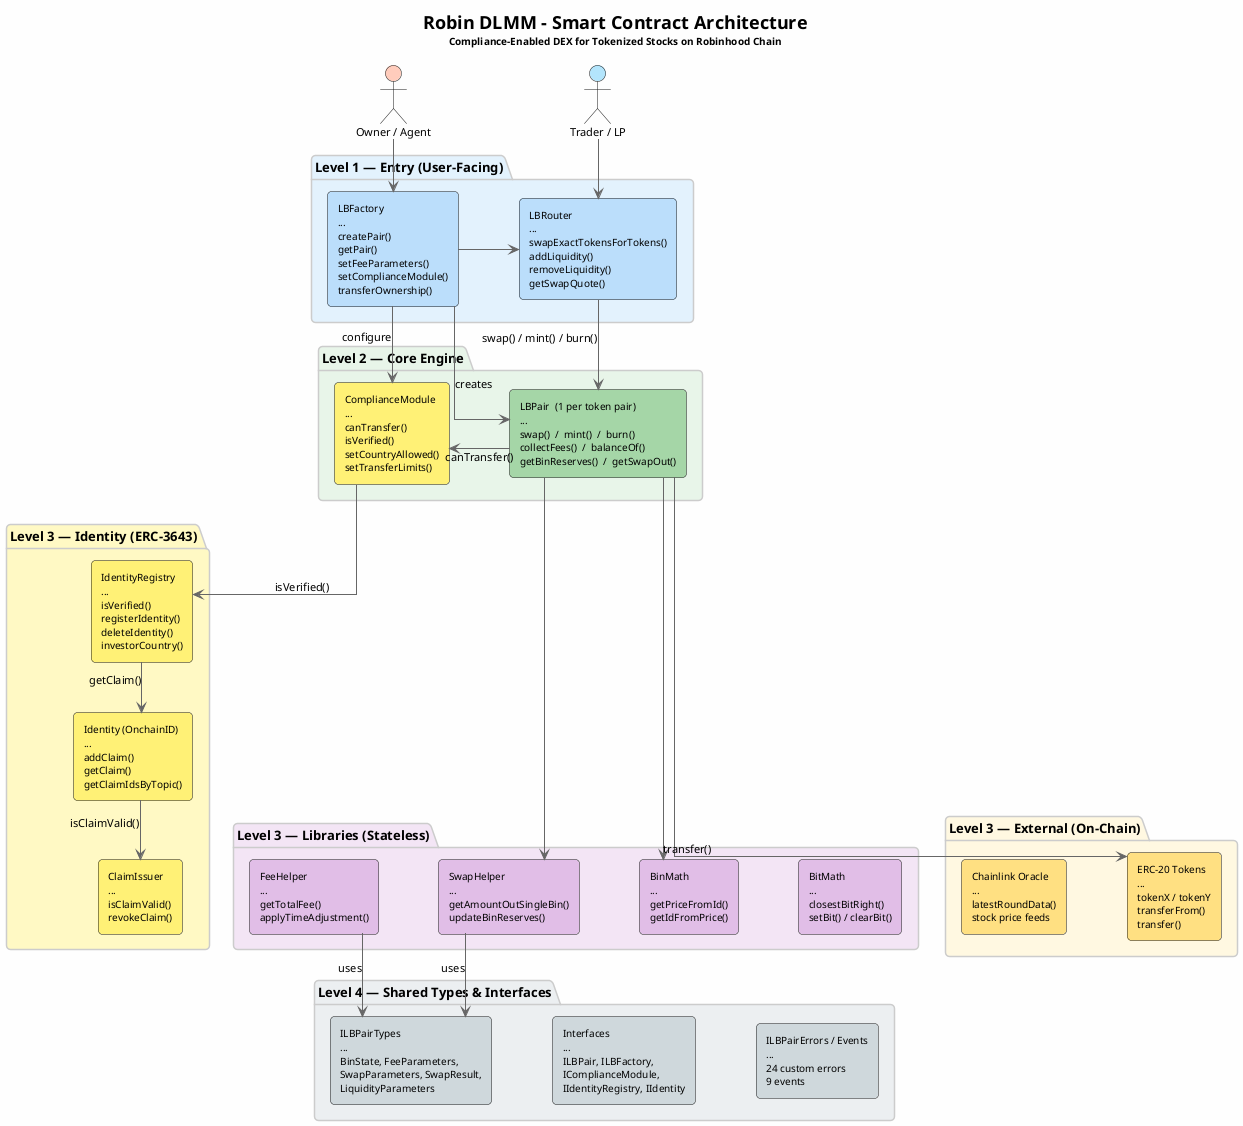
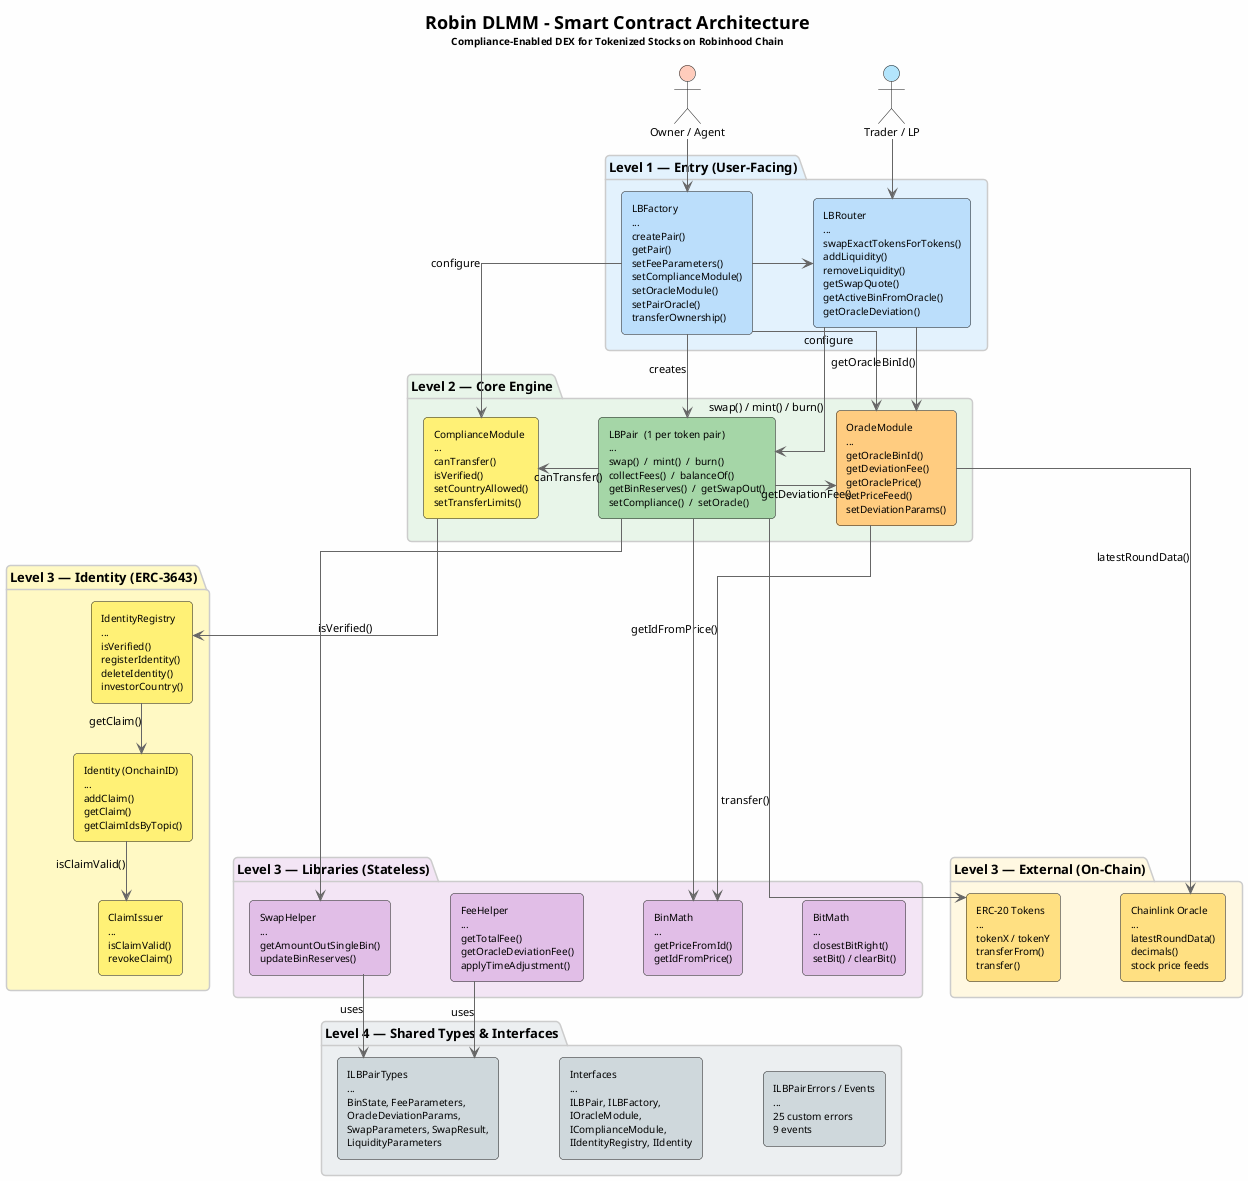
@startuml Robin_DLMM_Smart_Contract_Architecture
'===========================================
' Robin DLMM - Smart Contract Architecture
' On-Chain Contracts Only
'===========================================

skinparam backgroundColor #FEFEFE
skinparam defaultFontSize 11
skinparam defaultFontName Arial
skinparam roundCorner 8
skinparam shadowing false
skinparam nodesep 60
skinparam ranksep 50

skinparam package {
    BackgroundColor #FFFFFF
    BorderColor #CCCCCC
    FontSize 13
    FontStyle bold
}

skinparam rectangle {
    FontSize 10
}

skinparam arrow {
    Color #666666
    Thickness 1
}

skinparam linetype ortho

title <size:18>Robin DLMM - Smart Contract Architecture</size>\n<size:10>Compliance-Enabled DEX for Tokenized Stocks on Robinhood Chain</size>

' =============================================================
'  CALLERS
' =============================================================
actor "Trader / LP" as user #B3E5FC
actor "Owner / Agent" as admin #FFCCBC

' =============================================================
'  LEVEL 1 — ENTRY
' =============================================================
package "Level 1 — Entry (User-Facing)" #E3F2FD {
-     rectangle "LBFactory\n...\ncreatePair()\ngetPair()\nsetFeeParameters()\nsetComplianceModule()\ntransferOwnership()" as factory #BBDEFB
+     rectangle "LBFactory\n...\ncreatePair()\ngetPair()\nsetFeeParameters()\nsetComplianceModule()\nsetOracleModule()\nsetPairOracle()\ntransferOwnership()" as factory #BBDEFB

-     rectangle "LBRouter\n...\nswapExactTokensForTokens()\naddLiquidity()\nremoveLiquidity()\ngetSwapQuote()" as router #BBDEFB
+     rectangle "LBRouter\n...\nswapExactTokensForTokens()\naddLiquidity()\nremoveLiquidity()\ngetSwapQuote()\ngetActiveBinFromOracle()\ngetOracleDeviation()" as router #BBDEFB
}

' =============================================================
'  LEVEL 2 — CORE ENGINE
' =============================================================
package "Level 2 — Core Engine" #E8F5E9 {
    rectangle "ComplianceModule\n...\ncanTransfer()\nisVerified()\nsetCountryAllowed()\nsetTransferLimits()" as compliance #FFF176

-     rectangle "LBPair  (1 per token pair)\n...\nswap()  /  mint()  /  burn()\ncollectFees()  /  balanceOf()\ngetBinReserves()  /  getSwapOut()" as pair #A5D6A7
+     rectangle "LBPair  (1 per token pair)\n...\nswap()  /  mint()  /  burn()\ncollectFees()  /  balanceOf()\ngetBinReserves()  /  getSwapOut()\nsetCompliance()  /  setOracle()" as pair #A5D6A7
+ 
+     rectangle "OracleModule\n...\ngetOracleBinId()\ngetDeviationFee()\ngetOraclePrice()\nsetPriceFeed()\nsetDeviationParams()" as oracle #FFCC80
}

' =============================================================
'  LEVEL 3 — SUPPORT (three columns)
' =============================================================
package "Level 3 — Identity (ERC-3643)" #FFF9C4 {
    rectangle "IdentityRegistry\n...\nisVerified()\nregisterIdentity()\ndeleteIdentity()\ninvestorCountry()" as registry #FFF176

    rectangle "Identity (OnchainID)\n...\naddClaim()\ngetClaim()\ngetClaimIdsByTopic()" as identity #FFF176

    rectangle "ClaimIssuer\n...\nisClaimValid()\nrevokeClaim()" as issuer #FFF176
}

package "Level 3 — Libraries (Stateless)" #F3E5F5 {
    rectangle "BinMath\n...\ngetPriceFromId()\ngetIdFromPrice()" as binMath #E1BEE7

    rectangle "SwapHelper\n...\ngetAmountOutSingleBin()\nupdateBinReserves()" as swapHelper #E1BEE7

    rectangle "BitMath\n...\nclosestBitRight()\nsetBit() / clearBit()" as bitMath #E1BEE7

-     rectangle "FeeHelper\n...\ngetTotalFee()\napplyTimeAdjustment()" as feeHelper #E1BEE7
+     rectangle "FeeHelper\n...\ngetTotalFee()\ngetOracleDeviationFee()\napplyTimeAdjustment()" as feeHelper #E1BEE7
}

package "Level 3 — External (On-Chain)" #FFF8E1 {
    rectangle "ERC-20 Tokens\n...\ntokenX / tokenY\ntransferFrom()\ntransfer()" as tokens #FFE082

-     rectangle "Chainlink Oracle\n...\nlatestRoundData()\nstock price feeds" as chainlink #FFE082
+     rectangle "Chainlink Oracle\n...\nlatestRoundData()\ndecimals()\nstock price feeds" as chainlink #FFE082
}

' =============================================================
'  LEVEL 4 — FOUNDATION
' =============================================================
package "Level 4 — Shared Types & Interfaces" #ECEFF1 {
-     rectangle "ILBPairTypes\n...\nBinState, FeeParameters,\nSwapParameters, SwapResult,\nLiquidityParameters" as types #CFD8DC
+     rectangle "ILBPairTypes\n...\nBinState, FeeParameters,\nOracleDeviationParams,\nSwapParameters, SwapResult,\nLiquidityParameters" as types #CFD8DC

-     rectangle "Interfaces\n...\nILBPair, ILBFactory,\nIComplianceModule,\nIIdentityRegistry, IIdentity" as ifaces #CFD8DC
+     rectangle "Interfaces\n...\nILBPair, ILBFactory,\nIOracleModule,\nIComplianceModule,\nIIdentityRegistry, IIdentity" as ifaces #CFD8DC

-     rectangle "ILBPairErrors / Events\n...\n24 custom errors\n9 events" as errEvt #CFD8DC
+     rectangle "ILBPairErrors / Events\n...\n25 custom errors\n9 events" as errEvt #CFD8DC
}

' =============================================================
'  CONNECTIONS — Callers
' =============================================================
admin -down-> factory
user -down-> router

' =============================================================
'  CONNECTIONS — Level 1 internal
' =============================================================
factory -right-> router : "  "

' =============================================================
'  CONNECTIONS — Level 1 → Level 2
' =============================================================
factory -down-> compliance : "configure"
factory -down-> pair : "creates"
+ factory -down-> oracle : "configure"
router -down-> pair : "swap() / mint() / burn()"
+ router -down-> oracle : "getOracleBinId()"

' =============================================================
'  CONNECTIONS — Level 2 internal
' =============================================================
pair -left-> compliance : "canTransfer()"
+ pair -right-> oracle : "getDeviationFee()"

' =============================================================
'  CONNECTIONS — Level 2 → Level 3
' =============================================================
compliance -down-> registry : "isVerified()"
+ oracle -down-> chainlink : "latestRoundData()"
+ oracle -down-> binMath : "getIdFromPrice()"
pair -down-> binMath
pair -down-> swapHelper
pair -down-> tokens : "transfer()"

' =============================================================
'  CONNECTIONS — Level 3 internal
' =============================================================
registry -down-> identity : "getClaim()"
identity -down-> issuer : "isClaimValid()"

' =============================================================
'  CONNECTIONS — Level 3 → Level 4
' =============================================================
swapHelper -down-> types : "uses"
feeHelper -down-> types : "uses"

' =============================================================
'  LAYOUT — Force three-column structure at Level 3
' =============================================================
registry -[hidden]right- binMath
identity -[hidden]right- swapHelper
issuer -[hidden]right- bitMath
binMath -[hidden]right- bitMath
swapHelper -[hidden]right- feeHelper
bitMath -[hidden]right- tokens
feeHelper -[hidden]right- chainlink
types -[hidden]right- ifaces
ifaces -[hidden]right- errEvt

@enduml
